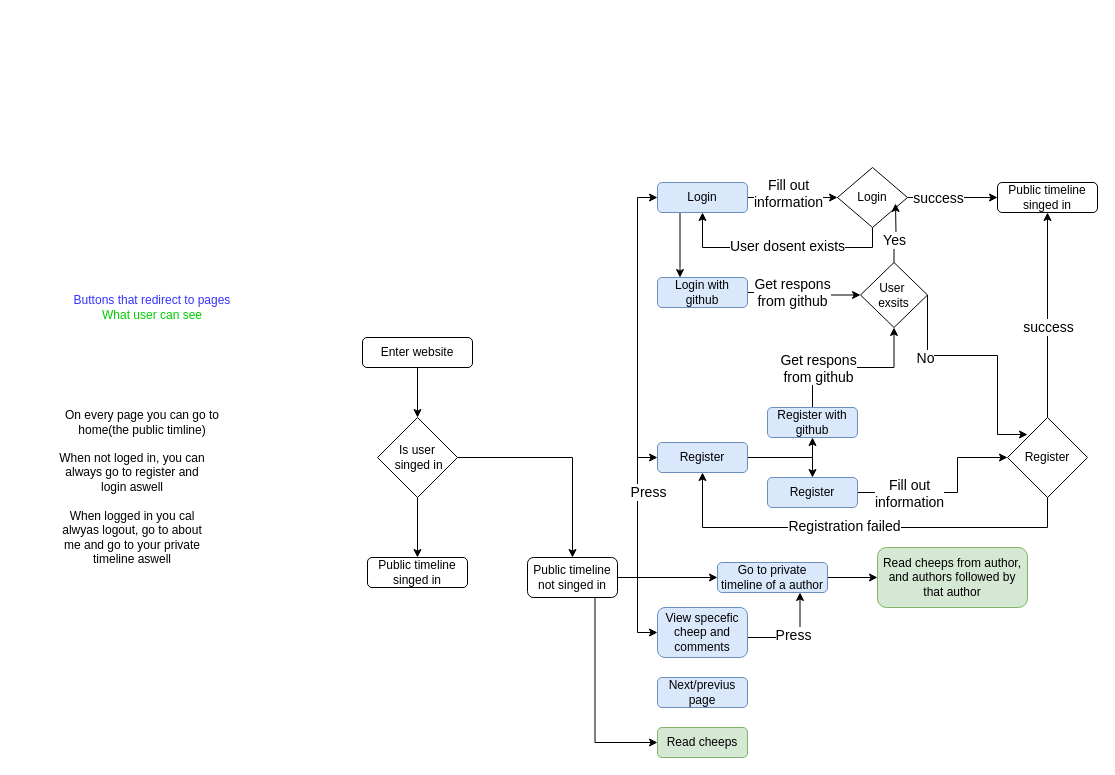
Before: docs/models/UserActivitiesDiagram.drawio in ITU-BDSA2024-GROUP10/Chirp, a draw.io diagram. Source tidied: cells renumbered, new cells numbered last; positions are measured from the earlier drawing's top-left corner, leaving out a move shared by most shapes. Both pictures are drawn from the tidied source at 100%, with x=0, y=0 at pixel (17, 167).
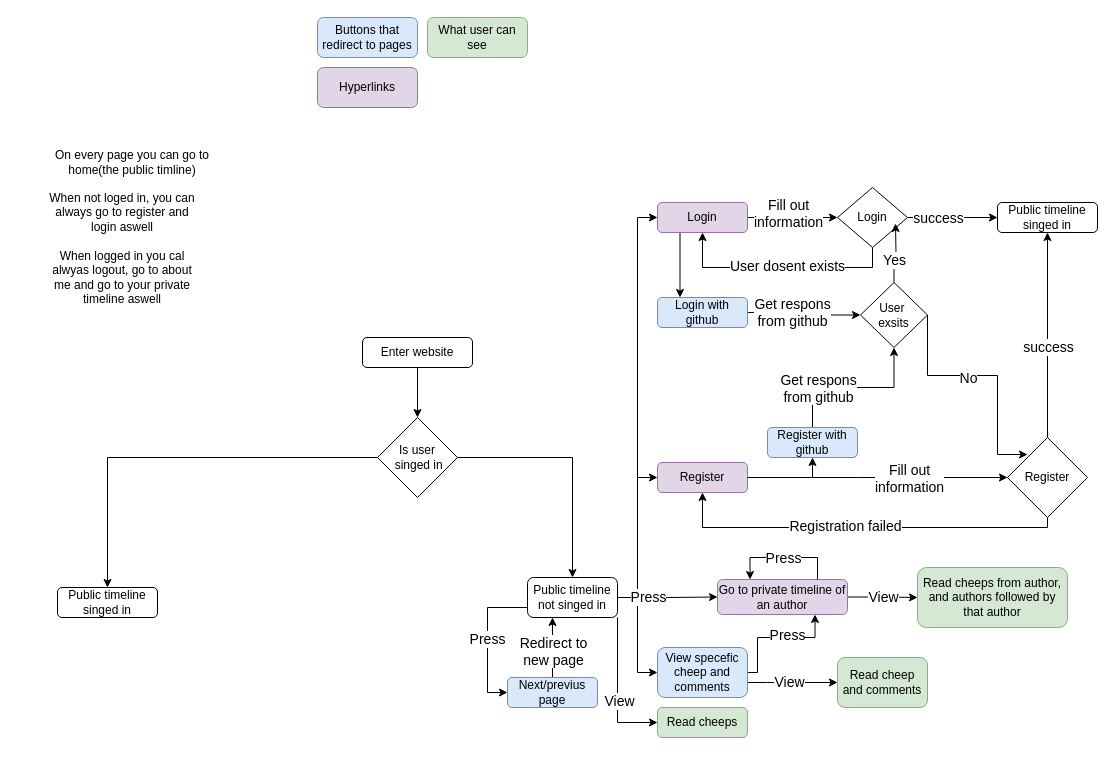
The same diagram, later.

Commit message:
Added what a user can do when not logged in

Also changed colours

The change refers to these unchanged cells:
```xml
<mxCell id="12" style="edgeStyle=orthogonalEdgeStyle;rounded=0;jettySize=auto;html=1;entryX=0;entryY=0.5;entryDx=0;entryDy=0;" parent="1" edge="1" source="15" target="22">
  <mxGeometry relative="1" as="geometry" />
</mxCell>
<mxCell id="24" style="edgeStyle=orthogonalEdgeStyle;rounded=0;jettySize=auto;html=1;" parent="1" edge="1" source="25" target="33">
  <mxGeometry relative="1" as="geometry" />
</mxCell>
```

The edit, as a diff of the source:
```diff
@@
+    <mxCell id="60" style="edgeStyle=orthogonalEdgeStyle;rounded=0;jettySize=auto;html=1;entryX=0;entryY=0.5;entryDx=0;entryDy=0;exitX=0;exitY=0.75;exitDx=0;exitDy=0;" parent="1" edge="1" source="15" target="32">
+      <mxGeometry relative="1" as="geometry" />
+    </mxCell>
+    <mxCell id="61" value="&lt;font style=&quot;font-size: 14px;&quot;&gt;Press&lt;/font&gt;" style="edgeLabel;html=1;align=center;verticalAlign=middle;" parent="60" vertex="1">
+      <mxGeometry x="-0.02" y="-1" relative="1" as="geometry" />
+    </mxCell>
@@
-    <mxCell id="5" value="&lt;font color=&quot;#3333ff&quot;&gt;Buttons that redirect to pages&lt;/font&gt;&lt;br&gt;&lt;font color=&quot;#00cc00&quot;&gt;What user can see&lt;/font&gt;" style="text;html=1;align=center;verticalAlign=middle;whiteSpace=wrap;rounded=0;" parent="1" vertex="1">
-      <mxGeometry y="120" width="270" height="40" as="geometry" />
-    </mxCell>
@@
     <mxCell id="9" value="Public timeline singed in" style="rounded=1;whiteSpace=wrap;html=1;" parent="1" vertex="1">
-      <mxGeometry x="350" y="390" width="100" height="30" as="geometry" />
+      <mxGeometry x="40" y="420" width="100" height="30" as="geometry" />
     </mxCell>
@@
     <mxCell id="13" value="&lt;font style=&quot;font-size: 14px;&quot;&gt;Press&lt;/font&gt;" style="edgeLabel;html=1;align=center;verticalAlign=middle;" parent="12" vertex="1">
       <mxGeometry x="0.48" relative="1" as="geometry">
-        <mxPoint x="10" y="205" as="offset" />
+        <mxPoint x="10" y="290" as="offset" />
       </mxGeometry>
     </mxCell>
-    <mxCell id="14" style="edgeStyle=orthogonalEdgeStyle;rounded=0;jettySize=auto;html=1;entryX=0;entryY=0.5;entryDx=0;entryDy=0;exitX=0.75;exitY=1;exitDx=0;exitDy=0;" parent="1" edge="1" source="15" target="31">
+    <mxCell id="14" style="edgeStyle=orthogonalEdgeStyle;rounded=0;jettySize=auto;html=1;entryX=0;entryY=0.5;entryDx=0;entryDy=0;exitX=1;exitY=1;exitDx=0;exitDy=0;" parent="1" edge="1" source="15" target="31">
       <mxGeometry relative="1" as="geometry" />
     </mxCell>
+    <mxCell id="62" value="&lt;font style=&quot;font-size: 14px;&quot;&gt;View&lt;/font&gt;" style="edgeLabel;html=1;align=center;verticalAlign=middle;" parent="14" vertex="1">
+      <mxGeometry x="0.15" y="1" relative="1" as="geometry" />
+    </mxCell>
     <mxCell id="15" value="Public timeline not singed in" style="rounded=1;whiteSpace=wrap;html=1;" parent="1" vertex="1">
-      <mxGeometry x="510" y="390" width="90" height="40" as="geometry" />
+      <mxGeometry x="510" y="410" width="90" height="40" as="geometry" />
     </mxCell>
@@
-    <mxCell id="17" style="edgeStyle=orthogonalEdgeStyle;rounded=0;jettySize=auto;html=1;entryX=0.5;entryY=0;entryDx=0;entryDy=0;" parent="1" edge="1" source="18" target="45">
-      <mxGeometry relative="1" as="geometry" />
-    </mxCell>
-    <mxCell id="18" value="Register" style="rounded=1;whiteSpace=wrap;html=1;fillColor=#dae8fc;strokeColor=#6c8ebf;" parent="1" vertex="1">
-      <mxGeometry x="640" y="275" width="90" height="30" as="geometry" />
+    <mxCell id="18" value="Register" style="rounded=1;whiteSpace=wrap;html=1;fillColor=#e1d5e7;strokeColor=#9673a6;" parent="1" vertex="1">
+      <mxGeometry x="640" y="295" width="90" height="30" as="geometry" />
     </mxCell>
@@
     <mxCell id="21" style="edgeStyle=orthogonalEdgeStyle;rounded=0;jettySize=auto;html=1;exitX=0.25;exitY=1;exitDx=0;exitDy=0;" parent="1" edge="1" source="22" target="54">
       <mxGeometry relative="1" as="geometry">
         <Array as="points">
-          <mxPoint x="663" y="100" />
-          <mxPoint x="663" y="100" />
+          <mxPoint x="663" y="120" />
+          <mxPoint x="663" y="120" />
         </Array>
       </mxGeometry>
     </mxCell>
-    <mxCell id="22" value="Login" style="rounded=1;whiteSpace=wrap;html=1;fillColor=#dae8fc;strokeColor=#6c8ebf;" parent="1" vertex="1">
-      <mxGeometry x="640" y="15" width="90" height="30" as="geometry" />
+    <mxCell id="22" value="Login" style="rounded=1;whiteSpace=wrap;html=1;fillColor=#e1d5e7;strokeColor=#9673a6;" parent="1" vertex="1">
+      <mxGeometry x="640" y="35" width="90" height="30" as="geometry" />
     </mxCell>
     <mxCell id="23" value="On every page you can go to home(the public timline)" style="text;html=1;align=center;verticalAlign=middle;whiteSpace=wrap;rounded=0;" parent="1" vertex="1">
-      <mxGeometry x="30" y="230" width="190" height="50" as="geometry" />
+      <mxGeometry x="20" y="-30" width="190" height="50" as="geometry" />
     </mxCell>
@@
+    <mxCell id="63" value="&lt;font style=&quot;font-size: 14px;&quot;&gt;View&lt;/font&gt;" style="edgeLabel;html=1;align=center;verticalAlign=middle;" parent="24" vertex="1">
+      <mxGeometry x="-0.23" y="2" relative="1" as="geometry">
+        <mxPoint x="8" y="2" as="offset" />
+      </mxGeometry>
+    </mxCell>
-    <mxCell id="25" value="Go to private timeline of a author" style="rounded=1;whiteSpace=wrap;html=1;fillColor=#dae8fc;strokeColor=#6c8ebf;" parent="1" vertex="1">
-      <mxGeometry x="700" y="395" width="110" height="30" as="geometry" />
+    <mxCell id="25" value="Go to private timeline of an author" style="rounded=1;whiteSpace=wrap;html=1;fillColor=#e1d5e7;strokeColor=#9673a6;" parent="1" vertex="1">
+      <mxGeometry x="700" y="412" width="130" height="35" as="geometry" />
     </mxCell>
     <mxCell id="26" value="When not loged in, you can always go to register and login aswell" style="text;html=1;align=center;verticalAlign=middle;whiteSpace=wrap;rounded=0;" parent="1" vertex="1">
-      <mxGeometry x="40" y="280" width="150" height="50" as="geometry" />
+      <mxGeometry x="30" y="20" width="150" height="50" as="geometry" />
     </mxCell>
     <mxCell id="27" value="When logged in you cal alwyas logout, go to about me and go to your private timeline aswell" style="text;html=1;align=center;verticalAlign=middle;whiteSpace=wrap;rounded=0;" parent="1" vertex="1">
-      <mxGeometry x="40" y="340" width="150" height="60" as="geometry" />
+      <mxGeometry x="30" y="80" width="150" height="60" as="geometry" />
     </mxCell>
     <mxCell id="28" style="edgeStyle=orthogonalEdgeStyle;rounded=0;jettySize=auto;html=1;entryX=0.75;entryY=1;entryDx=0;entryDy=0;" parent="1" edge="1" source="30" target="25">
       <mxGeometry relative="1" as="geometry">
         <Array as="points">
-          <mxPoint x="782" y="470" />
+          <mxPoint x="740" y="505" />
+          <mxPoint x="740" y="470" />
+          <mxPoint x="798" y="470" />
         </Array>
       </mxGeometry>
     </mxCell>
     <mxCell id="29" value="&lt;font style=&quot;font-size: 14px;&quot;&gt;Press&lt;/font&gt;" style="edgeLabel;html=1;align=center;verticalAlign=middle;" parent="28" vertex="1">
-      <mxGeometry x="-0.07" y="3" relative="1" as="geometry" />
+      <mxGeometry x="-0.07" y="3" relative="1" as="geometry">
+        <mxPoint x="16" as="offset" />
+      </mxGeometry>
     </mxCell>
+    <mxCell id="64" style="edgeStyle=orthogonalEdgeStyle;rounded=0;jettySize=auto;html=1;" parent="1" edge="1" source="30" target="68">
+      <mxGeometry relative="1" as="geometry">
+        <Array as="points">
+          <mxPoint x="750" y="515" />
+          <mxPoint x="750" y="515" />
+        </Array>
+      </mxGeometry>
+    </mxCell>
+    <mxCell id="65" value="&lt;font style=&quot;font-size: 14px;&quot;&gt;View&lt;/font&gt;" style="edgeLabel;html=1;align=center;verticalAlign=middle;" parent="64" vertex="1">
+      <mxGeometry x="-0.09" y="1" relative="1" as="geometry" />
+    </mxCell>
     <mxCell id="30" value="View specefic cheep and comments" style="rounded=1;whiteSpace=wrap;html=1;fillColor=#dae8fc;strokeColor=#6c8ebf;" parent="1" vertex="1">
-      <mxGeometry x="640" y="440" width="90" height="50" as="geometry" />
+      <mxGeometry x="640" y="480" width="90" height="50" as="geometry" />
     </mxCell>
     <mxCell id="31" value="Read cheeps" style="rounded=1;whiteSpace=wrap;html=1;fillColor=#d5e8d4;strokeColor=#82b366;" parent="1" vertex="1">
-      <mxGeometry x="640" y="560" width="90" height="30" as="geometry" />
+      <mxGeometry x="640" y="540" width="90" height="30" as="geometry" />
     </mxCell>
+    <mxCell id="66" style="edgeStyle=orthogonalEdgeStyle;rounded=0;jettySize=auto;html=1;" parent="1" edge="1" source="32" target="15">
+      <mxGeometry relative="1" as="geometry">
+        <Array as="points">
+          <mxPoint x="535" y="480" />
+          <mxPoint x="535" y="480" />
+        </Array>
+      </mxGeometry>
+    </mxCell>
+    <mxCell id="67" value="&lt;font style=&quot;font-size: 14px;&quot;&gt;Redirect to &lt;br&gt;new page&lt;/font&gt;" style="edgeLabel;html=1;align=center;verticalAlign=middle;" parent="66" vertex="1">
+      <mxGeometry x="-0.1" relative="1" as="geometry" />
+    </mxCell>
     <mxCell id="32" value="Next/previus page" style="rounded=1;whiteSpace=wrap;html=1;fillColor=#dae8fc;strokeColor=#6c8ebf;" parent="1" vertex="1">
-      <mxGeometry x="640" y="510" width="90" height="30" as="geometry" />
+      <mxGeometry x="490" y="510" width="90" height="30" as="geometry" />
     </mxCell>
     <mxCell id="33" value="Read cheeps from author, and authors followed by that&amp;nbsp;&lt;span style=&quot;background-color: initial;&quot;&gt;author&lt;/span&gt;" style="rounded=1;whiteSpace=wrap;html=1;fillColor=#d5e8d4;strokeColor=#82b366;" parent="1" vertex="1">
-      <mxGeometry x="860" y="380" width="150" height="60" as="geometry" />
+      <mxGeometry x="900" y="400" width="150" height="60" as="geometry" />
     </mxCell>
     <mxCell id="34" style="edgeStyle=orthogonalEdgeStyle;rounded=0;jettySize=auto;html=1;entryX=0.5;entryY=1;entryDx=0;entryDy=0;exitX=0.5;exitY=1;exitDx=0;exitDy=0;" parent="1" edge="1" source="38" target="22">
       <mxGeometry relative="1" as="geometry">
         <Array as="points">
-          <mxPoint x="855" y="80" />
-          <mxPoint x="685" y="80" />
+          <mxPoint x="855" y="100" />
+          <mxPoint x="685" y="100" />
         </Array>
       </mxGeometry>
     </mxCell>
@@
     <mxCell id="38" value="Login" style="rhombus;whiteSpace=wrap;html=1;" parent="1" vertex="1">
-      <mxGeometry x="820" width="70" height="60" as="geometry" />
+      <mxGeometry x="820" y="20" width="70" height="60" as="geometry" />
     </mxCell>
     <mxCell id="39" value="Public timeline singed in" style="rounded=1;whiteSpace=wrap;html=1;" parent="1" vertex="1">
-      <mxGeometry x="980" y="15" width="100" height="30" as="geometry" />
+      <mxGeometry x="980" y="35" width="100" height="30" as="geometry" />
     </mxCell>
     <mxCell id="40" style="edgeStyle=orthogonalEdgeStyle;rounded=0;jettySize=auto;html=1;exitX=0.5;exitY=0;exitDx=0;exitDy=0;entryX=0.5;entryY=1;entryDx=0;entryDy=0;" parent="1" edge="1" source="42" target="59">
       <mxGeometry relative="1" as="geometry">
         <Array as="points">
-          <mxPoint x="795" y="200" />
-          <mxPoint x="877" y="200" />
+          <mxPoint x="795" y="220" />
+          <mxPoint x="877" y="220" />
         </Array>
       </mxGeometry>
     </mxCell>
@@
     <mxCell id="42" value="Register with github" style="rounded=1;whiteSpace=wrap;html=1;fillColor=#dae8fc;strokeColor=#6c8ebf;" parent="1" vertex="1">
-      <mxGeometry x="750" y="240" width="90" height="30" as="geometry" />
+      <mxGeometry x="750" y="260" width="90" height="30" as="geometry" />
     </mxCell>
-    <mxCell id="43" style="edgeStyle=orthogonalEdgeStyle;rounded=0;jettySize=auto;html=1;entryX=0;entryY=0.5;entryDx=0;entryDy=0;" parent="1" edge="1" source="45" target="50">
+    <mxCell id="43" style="edgeStyle=orthogonalEdgeStyle;rounded=0;jettySize=auto;html=1;entryX=0;entryY=0.5;entryDx=0;entryDy=0;exitX=1;exitY=0.5;exitDx=0;exitDy=0;" parent="1" edge="1" source="18" target="50">
       <mxGeometry relative="1" as="geometry">
         <Array as="points">
-          <mxPoint x="940" y="325" />
-          <mxPoint x="940" y="290" />
+          <mxPoint x="840" y="310" />
+          <mxPoint x="840" y="310" />
         </Array>
       </mxGeometry>
     </mxCell>
     <mxCell id="44" value="&lt;font style=&quot;font-size: 14px;&quot;&gt;Fill out &lt;br&gt;information&lt;/font&gt;" style="edgeLabel;html=1;align=center;verticalAlign=middle;" parent="43" vertex="1">
       <mxGeometry x="-0.71" relative="1" as="geometry">
-        <mxPoint x="24" as="offset" />
+        <mxPoint x="123" as="offset" />
       </mxGeometry>
     </mxCell>
-    <mxCell id="45" value="Register" style="rounded=1;whiteSpace=wrap;html=1;fillColor=#dae8fc;strokeColor=#6c8ebf;" parent="1" vertex="1">
-      <mxGeometry x="750" y="310" width="90" height="30" as="geometry" />
-    </mxCell>
@@
     <mxCell id="50" value="Register" style="rhombus;whiteSpace=wrap;html=1;" parent="1" vertex="1">
-      <mxGeometry x="990" y="250" width="80" height="80" as="geometry" />
+      <mxGeometry x="990" y="270" width="80" height="80" as="geometry" />
     </mxCell>
@@
     <mxCell id="54" value="Login with github" style="rounded=1;whiteSpace=wrap;html=1;fillColor=#dae8fc;strokeColor=#6c8ebf;" parent="1" vertex="1">
-      <mxGeometry x="640" y="110" width="90" height="30" as="geometry" />
+      <mxGeometry x="640" y="130" width="90" height="30" as="geometry" />
     </mxCell>
     <mxCell id="55" style="edgeStyle=orthogonalEdgeStyle;rounded=0;jettySize=auto;html=1;exitX=0.5;exitY=0;exitDx=0;exitDy=0;" parent="1" edge="1" source="59">
       <mxGeometry relative="1" as="geometry">
-        <mxPoint x="878" y="36" as="targetPoint" />
+        <mxPoint x="878" y="56" as="targetPoint" />
       </mxGeometry>
     </mxCell>
@@
     <mxCell id="57" style="edgeStyle=orthogonalEdgeStyle;rounded=0;jettySize=auto;html=1;entryX=0;entryY=0;entryDx=0;entryDy=0;exitX=1;exitY=0.5;exitDx=0;exitDy=0;" parent="1" edge="1" source="59">
       <mxGeometry relative="1" as="geometry">
-        <mxPoint x="1010" y="267" as="targetPoint" />
+        <mxPoint x="1010" y="287" as="targetPoint" />
         <Array as="points">
-          <mxPoint x="980" y="188" />
-          <mxPoint x="980" y="267" />
+          <mxPoint x="980" y="208" />
+          <mxPoint x="980" y="287" />
         </Array>
       </mxGeometry>
     </mxCell>
     <mxCell id="58" value="&lt;font style=&quot;font-size: 14px;&quot;&gt;No&lt;/font&gt;" style="edgeLabel;html=1;align=center;verticalAlign=middle;" parent="57" vertex="1">
       <mxGeometry x="-0.21" y="-3" relative="1" as="geometry">
-        <mxPoint x="-37" y="-1" as="offset" />
+        <mxPoint x="6" y="-1" as="offset" />
       </mxGeometry>
     </mxCell>
     <mxCell id="59" value="User&amp;nbsp;&lt;div&gt;exsits&lt;/div&gt;" style="rhombus;whiteSpace=wrap;html=1;" parent="1" vertex="1">
-      <mxGeometry x="843" y="95" width="67" height="65" as="geometry" />
+      <mxGeometry x="843" y="115" width="67" height="65" as="geometry" />
     </mxCell>
+    <mxCell id="68" value="Read cheep&lt;br&gt;and comments" style="rounded=1;whiteSpace=wrap;html=1;fillColor=#d5e8d4;strokeColor=#82b366;" parent="1" vertex="1">
+      <mxGeometry x="820" y="490" width="90" height="50" as="geometry" />
+    </mxCell>
+    <mxCell id="69" style="edgeStyle=orthogonalEdgeStyle;rounded=0;orthogonalLoop=1;jettySize=auto;html=1;entryX=0.25;entryY=0;entryDx=0;entryDy=0;" parent="1" edge="1" source="25" target="25">
+      <mxGeometry relative="1" as="geometry">
+        <Array as="points">
+          <mxPoint x="800" y="390" />
+          <mxPoint x="733" y="390" />
+        </Array>
+      </mxGeometry>
+    </mxCell>
+    <mxCell id="70" value="&lt;font style=&quot;font-size: 14px;&quot;&gt;Press&lt;/font&gt;" style="edgeLabel;html=1;align=center;verticalAlign=middle;" parent="69" vertex="1">
+      <mxGeometry x="0.14" y="1" relative="1" as="geometry">
+        <mxPoint x="7" y="-1" as="offset" />
+      </mxGeometry>
+    </mxCell>
+    <mxCell id="71" value="Buttons that redirect to pages" style="rounded=1;whiteSpace=wrap;html=1;fillColor=#dae8fc;strokeColor=#6c8ebf;" parent="1" vertex="1">
+      <mxGeometry x="300" y="-150" width="100" height="40" as="geometry" />
+    </mxCell>
+    <mxCell id="72" value="Hyperlinks" style="rounded=1;whiteSpace=wrap;html=1;fillColor=#e1d5e7;strokeColor=#9673a6;" parent="1" vertex="1">
+      <mxGeometry x="300" y="-100" width="100" height="40" as="geometry" />
+    </mxCell>
+    <mxCell id="73" value="What user can see" style="rounded=1;whiteSpace=wrap;html=1;fillColor=#d5e8d4;strokeColor=#82b366;" parent="1" vertex="1">
+      <mxGeometry x="410" y="-150" width="100" height="40" as="geometry" />
+    </mxCell>
```
